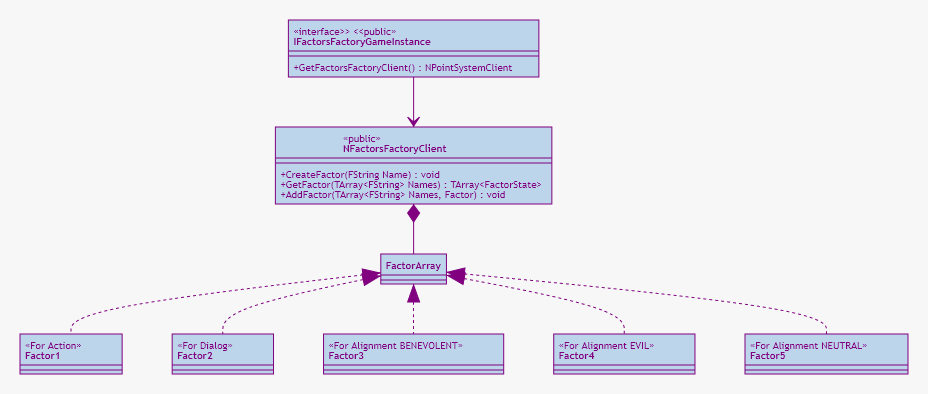
Above: Docs/Core/mermaid/client.png in NansPellicari/UE4-FactorsFactory (Mermaid), before the change. Its source is kept beside it as Docs/Core/mermaid/client.mmd.
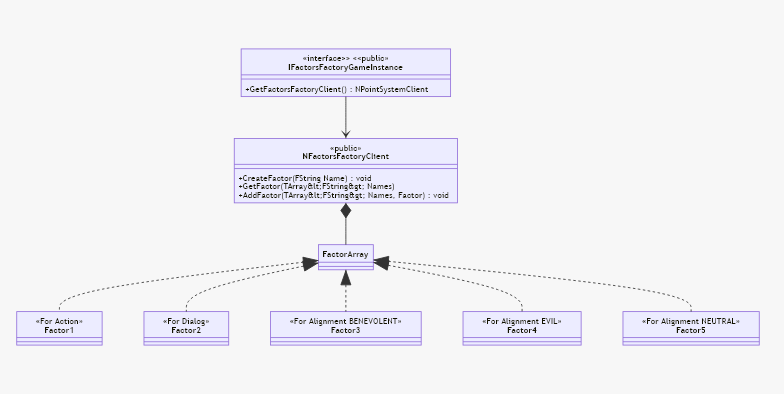
The same diagram one commit later.

What changed in the source:
```diff
@@ -8,28 +8,28 @@
 FactorArray <|.. Factor5
 
 class Factor1 {
-    &lt;&lt;For Action&gt;&gt;
+   <<For Action>>
 }
 class Factor2 {
-    &lt;&lt;For Dialog&gt;&gt;
+   <<For Dialog>>
 }
 class Factor3 {
-    &lt;&lt;For Alignment BENEVOLENT&gt;&gt;
+   <<For Alignment BENEVOLENT>>
 }
 class Factor4 {
-    &lt;&lt;For Alignment EVIL&gt;&gt;
+   <<For Alignment EVIL>>
 }
 class Factor5 {
-    &lt;&lt;For Alignment NEUTRAL&gt;&gt;
+   <<For Alignment NEUTRAL>>
 }
 
 class IFactorsFactoryGameInstance {
-    &lt;&lt;interface&gt;&gt;  &lt;&lt;public&gt;&gt;
+   <<interface>> <<public>>
     +GetFactorsFactoryClient() NPointSystemClient
 }
 
 class NFactorsFactoryClient {
-    &lt;&lt;public&gt;&gt;
+   <<public>>
     +CreateFactor(FString Name) void
     +GetFactor(TArray&lt;FString&gt; Names) TArray&lt;FactorState&gt;
     +AddFactor(TArray&lt;FString&gt; Names, Factor) void
```
